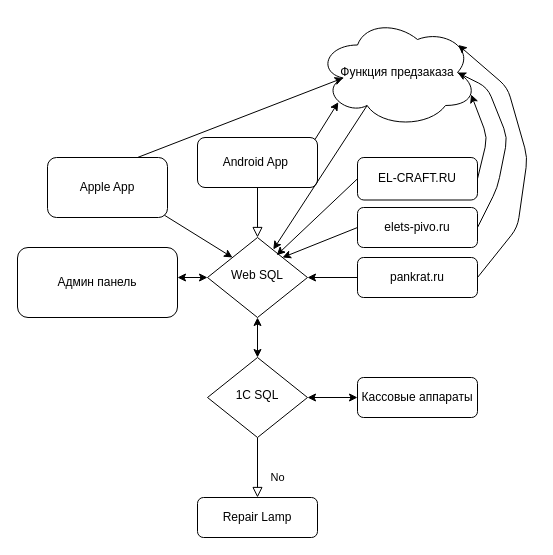
The draw.io diagram Untitled Diagram.drawio in Process64/Beersite, before the edit. Source tidied: cells renumbered, new cells numbered last; positions are measured from the earlier drawing's top-left corner, leaving out a move shared by most shapes. Both pictures are drawn from the tidied source at 100%, with x=0, y=0 at pixel (17, 17).
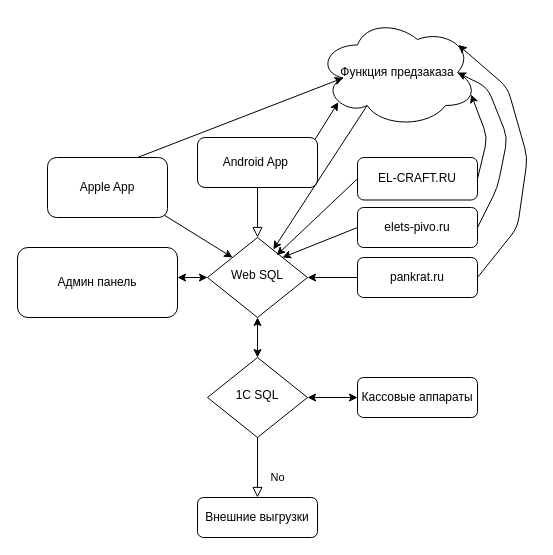
After the change.

The edit, as a diff of the source:
```diff
@@
-    <mxCell id="9" value="Repair Lamp" style="rounded=1;whiteSpace=wrap;html=1;fontSize=12;glass=0;strokeWidth=1;shadow=0;" parent="1" vertex="1">
+    <mxCell id="9" value="Внешние выгрузки" style="rounded=1;whiteSpace=wrap;html=1;fontSize=12;glass=0;strokeWidth=1;shadow=0;" parent="1" vertex="1">
       <mxGeometry x="180" y="480" width="120" height="40" as="geometry" />
     </mxCell>
```
